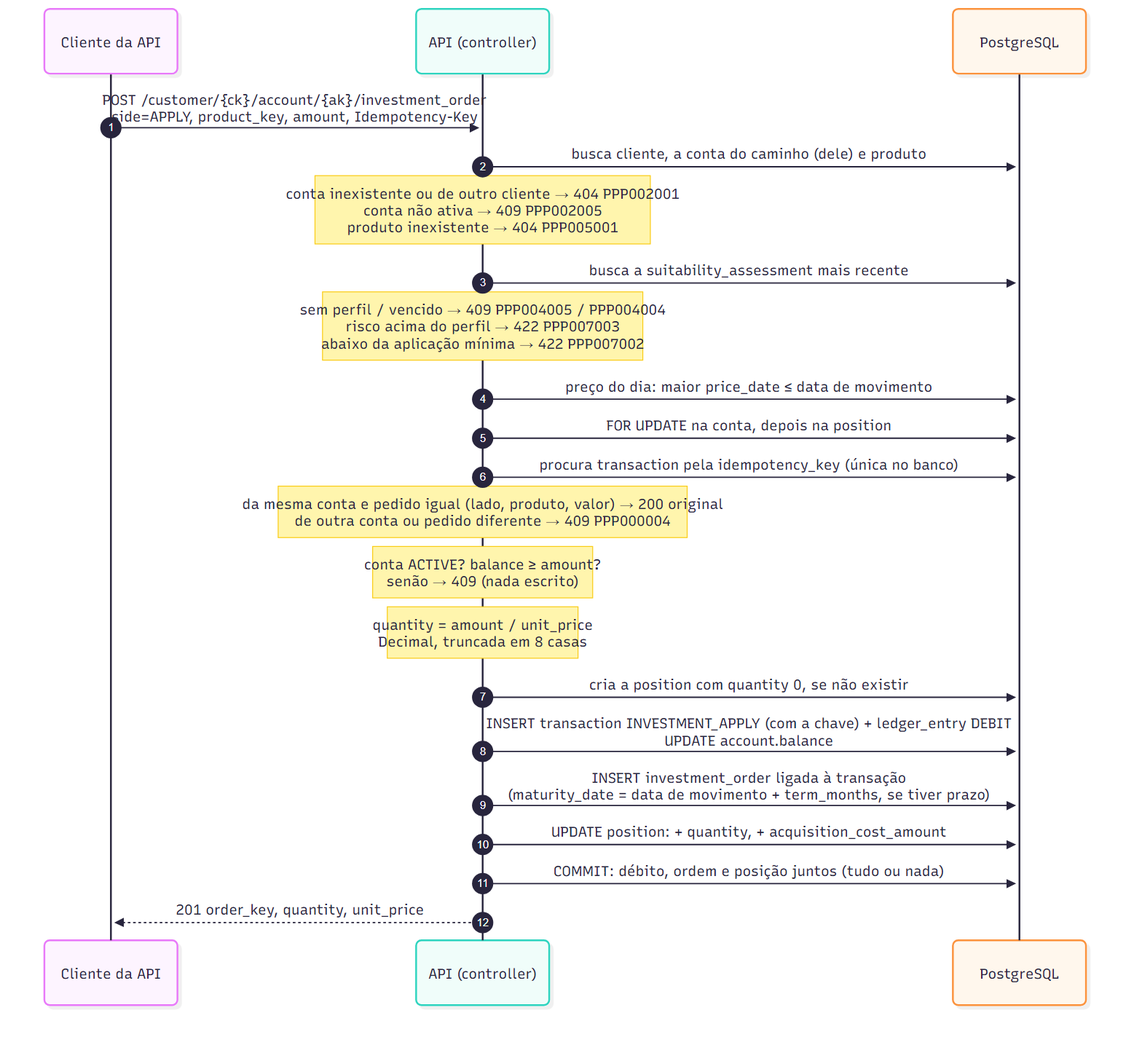
Above: docs/diagramas/aplicacao.png in heluylucas/bootcamp-qi-tech-presidas- (Mermaid), before the change. Its source is kept beside it as docs/diagramas/aplicacao.mmd.
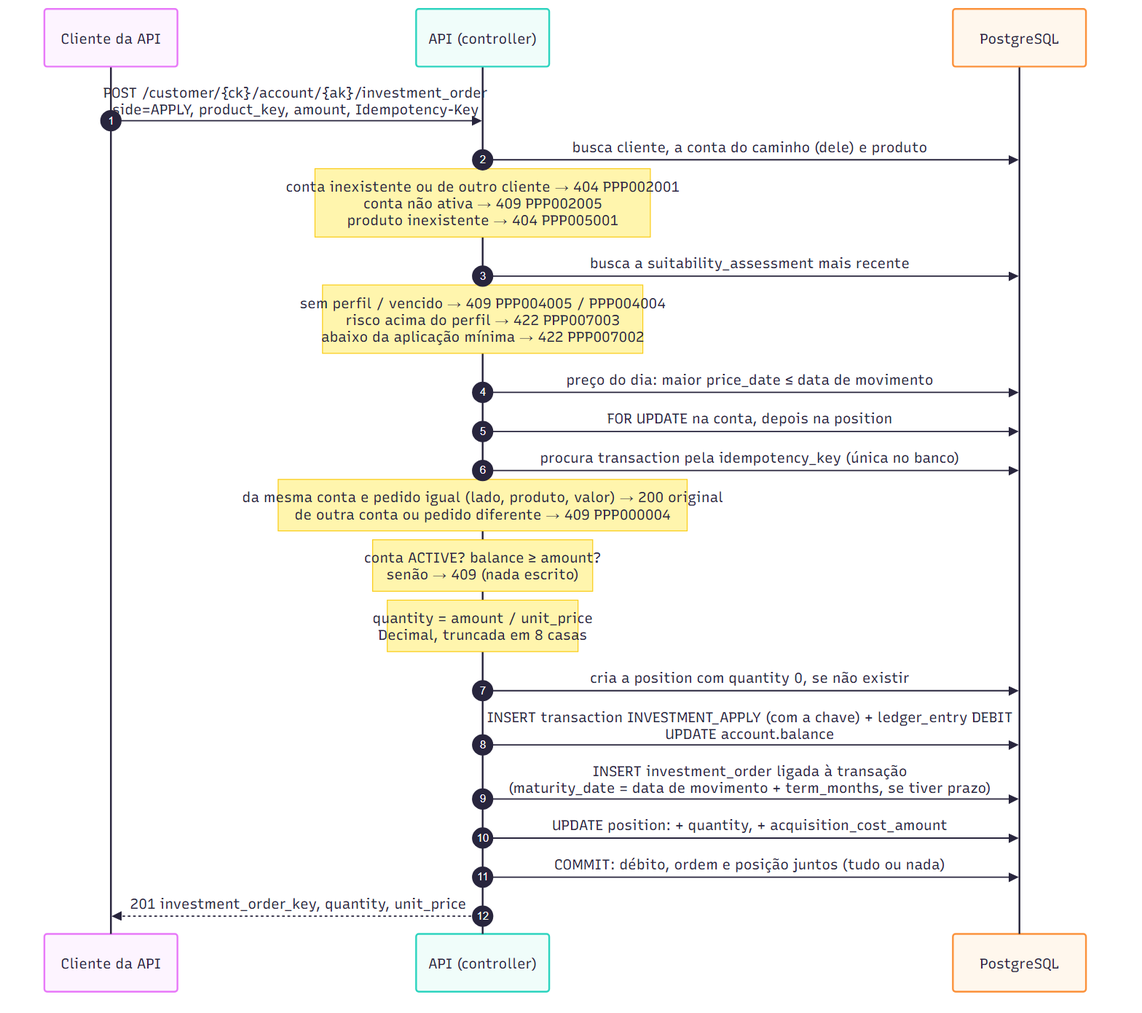
Later version of the same file.

The edit, as a diff of the source:
```diff
@@ -1,3 +1,7 @@
+---
+config:
+  look: classic
+---
 sequenceDiagram
     autonumber
     participant C as Cliente da API
@@ -20,4 +24,4 @@
     API->>DB: INSERT investment_order ligada à transação<br/>(maturity_date = data de movimento + term_months, se tiver prazo)
     API->>DB: UPDATE position: + quantity, + acquisition_cost_amount
     API->>DB: COMMIT: débito, ordem e posição juntos (tudo ou nada)
-    API-->>C: 201 order_key, quantity, unit_price
+    API-->>C: 201 investment_order_key, quantity, unit_price
```
